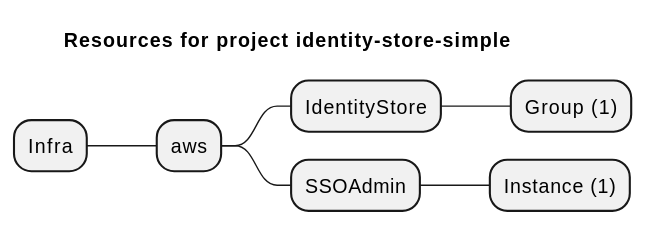
This is examples/aws/IdentityStore/identity-store-simple/artifacts/resources-mindmap.svg from grucloud/grucloud, a PlantUML export, as it was before one commit.
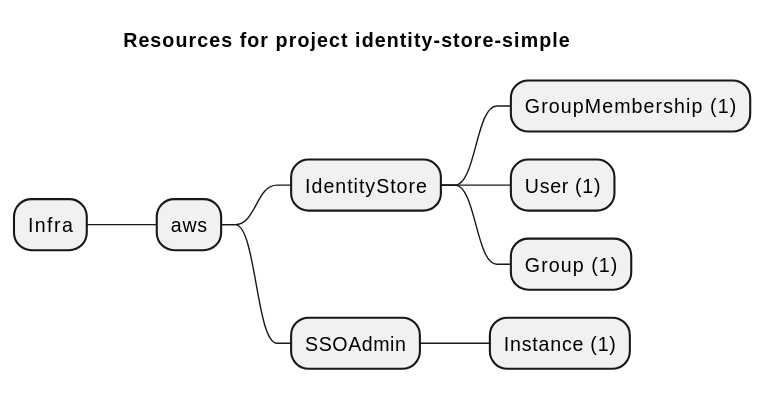
The same diagram one commit later.

Diff of the diagram source:
```diff
@@ -4,6 +4,8 @@
 + Infra
 ++ aws
 +++ IdentityStore
+++++ GroupMembership (1)
+++++ User (1)
 ++++ Group (1)
 +++ SSOAdmin
 ++++ Instance (1)
```
